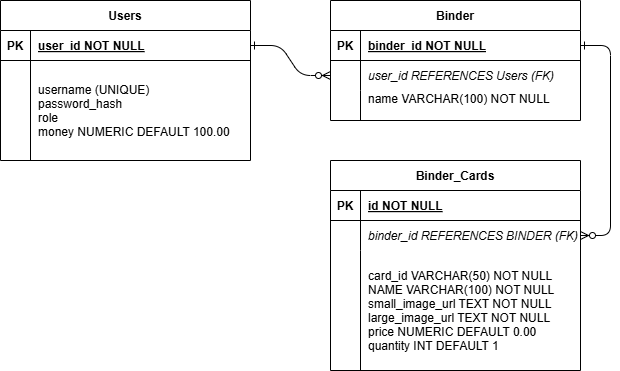
Earlier version of the draw.io export database/PokemonTcgWebAppErd.png (angelo-j/POKE-TCG-Binder-App). Source tidied: cells renumbered, new cells last; positions are measured from the earlier drawing's top-left corner, leaving out a move shared by most shapes. Its diagram source:
```xml
<mxGraphModel background="#FFFFFF">
  <root>
    <mxCell id="0" />
    <mxCell id="1" parent="0" />
    <mxCell id="2" style="edgeStyle=entityRelationEdgeStyle;endArrow=ERzeroToMany;startArrow=ERone;endFill=1;startFill=0;" parent="1" edge="1" source="25" target="8">
      <mxGeometry relative="1" as="geometry" />
    </mxCell>
    <mxCell id="3" style="edgeStyle=entityRelationEdgeStyle;endArrow=ERzeroToMany;startArrow=ERone;endFill=1;startFill=0;" parent="1" edge="1" source="5" target="18">
      <mxGeometry relative="1" as="geometry" />
    </mxCell>
    <mxCell id="4" value="Binder" style="shape=table;startSize=30;rowLines=0;fontStyle=1;align=center;" parent="1" vertex="1">
      <mxGeometry x="330" width="250" height="120" as="geometry" />
    </mxCell>
    <mxCell id="5" style="shape=partialRectangle;fillColor=none;points=[[0,0.5],[1,0.5]];portConstraint=eastwest;top=0;left=0;right=0;bottom=1;" parent="4" vertex="1">
      <mxGeometry y="30" width="250" height="30" as="geometry" />
    </mxCell>
    <mxCell id="6" value="PK" style="shape=partialRectangle;overflow=hidden;fillColor=none;top=0;left=0;bottom=0;right=0;fontStyle=1;" parent="5" vertex="1">
      <mxGeometry width="30" height="30" as="geometry" />
    </mxCell>
    <mxCell id="7" value="binder_id NOT NULL" style="shape=partialRectangle;overflow=hidden;fillColor=none;top=0;left=0;bottom=0;right=0;align=left;spacingLeft=6;fontStyle=5;" parent="5" vertex="1">
      <mxGeometry x="30" width="220" height="30" as="geometry" />
    </mxCell>
    <mxCell id="8" style="shape=partialRectangle;fillColor=none;points=[[0,0.5],[1,0.5]];portConstraint=eastwest;top=0;left=0;right=0;bottom=0;" parent="4" vertex="1">
      <mxGeometry y="60" width="250" height="30" as="geometry" />
    </mxCell>
    <mxCell id="9" style="shape=partialRectangle;overflow=hidden;fillColor=none;top=0;left=0;bottom=0;right=0;" parent="8" vertex="1">
      <mxGeometry width="30" height="30" as="geometry" />
    </mxCell>
    <mxCell id="10" value="user_id REFERENCES Users (FK)" style="shape=partialRectangle;overflow=hidden;fillColor=none;top=0;left=0;bottom=0;right=0;align=left;spacingLeft=6;fontStyle=2;" parent="8" vertex="1">
      <mxGeometry x="30" width="220" height="30" as="geometry" />
    </mxCell>
    <mxCell id="11" style="shape=partialRectangle;fillColor=none;top=0;left=0;right=0;bottom=0;" parent="4" vertex="1">
      <mxGeometry y="90" width="250" height="30" as="geometry" />
    </mxCell>
    <mxCell id="12" style="shape=partialRectangle;overflow=hidden;fillColor=none;top=0;left=0;bottom=0;right=0;" parent="11" vertex="1">
      <mxGeometry width="30" height="30" as="geometry" />
    </mxCell>
    <mxCell id="13" value="name VARCHAR(100) NOT NULL&#10;" style="shape=partialRectangle;overflow=hidden;fillColor=none;top=0;left=0;bottom=0;right=0;align=left;spacingLeft=6;" parent="11" vertex="1">
      <mxGeometry x="30" width="220" height="30" as="geometry" />
    </mxCell>
    <mxCell id="14" value="Binder_Cards" style="shape=table;startSize=30;rowLines=0;fontStyle=1;align=center;" parent="1" vertex="1">
      <mxGeometry x="330" y="160" width="250" height="210" as="geometry" />
    </mxCell>
    <mxCell id="15" style="shape=partialRectangle;fillColor=none;top=0;left=0;right=0;bottom=1;" parent="14" vertex="1">
      <mxGeometry y="30" width="250" height="30" as="geometry" />
    </mxCell>
    <mxCell id="16" value="PK" style="shape=partialRectangle;overflow=hidden;fillColor=none;top=0;left=0;bottom=0;right=0;fontStyle=1;" parent="15" vertex="1">
      <mxGeometry width="30" height="30" as="geometry" />
    </mxCell>
    <mxCell id="17" value="id NOT NULL" style="shape=partialRectangle;overflow=hidden;fillColor=none;top=0;left=0;bottom=0;right=0;align=left;spacingLeft=6;fontStyle=5;" parent="15" vertex="1">
      <mxGeometry x="30" width="220" height="30" as="geometry" />
    </mxCell>
    <mxCell id="18" style="shape=partialRectangle;fillColor=none;points=[[0,0.5],[1,0.5]];portConstraint=eastwest;top=0;left=0;right=0;bottom=0;" parent="14" vertex="1">
      <mxGeometry y="60" width="250" height="30" as="geometry" />
    </mxCell>
    <mxCell id="19" style="shape=partialRectangle;overflow=hidden;fillColor=none;top=0;left=0;bottom=0;right=0;" parent="18" vertex="1">
      <mxGeometry width="30" height="30" as="geometry" />
    </mxCell>
    <mxCell id="20" value="binder_id REFERENCES BINDER (FK)" style="shape=partialRectangle;overflow=hidden;fillColor=none;top=0;left=0;bottom=0;right=0;align=left;spacingLeft=6;fontStyle=2;" parent="18" vertex="1">
      <mxGeometry x="30" width="220" height="30" as="geometry" />
    </mxCell>
    <mxCell id="21" style="shape=partialRectangle;fillColor=none;top=0;left=0;right=0;bottom=0;" parent="14" vertex="1">
      <mxGeometry y="90" width="250" height="120" as="geometry" />
    </mxCell>
    <mxCell id="22" style="shape=partialRectangle;overflow=hidden;fillColor=none;top=0;left=0;bottom=0;right=0;" parent="21" vertex="1">
      <mxGeometry width="30" height="120" as="geometry" />
    </mxCell>
    <mxCell id="23" value="card_id VARCHAR(50) NOT NULL&#10;NAME VARCHAR(100) NOT NULL&#10;small_image_url TEXT NOT NULL&#10;large_image_url TEXT NOT NULL&#10;price NUMERIC DEFAULT 0.00&#10;quantity INT DEFAULT 1" style="shape=partialRectangle;overflow=hidden;fillColor=none;top=0;left=0;bottom=0;right=0;align=left;spacingLeft=6;" parent="21" vertex="1">
      <mxGeometry x="30" width="220" height="120" as="geometry" />
    </mxCell>
    <mxCell id="24" value="Users" style="shape=table;startSize=30;rowLines=0;fontStyle=1;align=center;" parent="1" vertex="1">
      <mxGeometry width="250" height="160" as="geometry" />
    </mxCell>
    <mxCell id="25" style="shape=partialRectangle;fillColor=none;points=[[0,0.5],[1,0.5]];portConstraint=eastwest;top=0;left=0;right=0;bottom=1;" parent="24" vertex="1">
      <mxGeometry y="30" width="250" height="30" as="geometry" />
    </mxCell>
    <mxCell id="26" value="PK" style="shape=partialRectangle;overflow=hidden;fillColor=none;top=0;left=0;bottom=0;right=0;fontStyle=1;" parent="25" vertex="1">
      <mxGeometry width="30" height="30" as="geometry" />
    </mxCell>
    <mxCell id="27" value="user_id NOT NULL" style="shape=partialRectangle;overflow=hidden;fillColor=none;top=0;left=0;bottom=0;right=0;align=left;spacingLeft=6;fontStyle=5;" parent="25" vertex="1">
      <mxGeometry x="30" width="220" height="30" as="geometry" />
    </mxCell>
    <mxCell id="28" style="shape=partialRectangle;fillColor=none;top=0;left=0;right=0;bottom=0;" parent="24" vertex="1">
      <mxGeometry y="60" width="250" height="100" as="geometry" />
    </mxCell>
    <mxCell id="29" style="shape=partialRectangle;overflow=hidden;fillColor=none;top=0;left=0;bottom=0;right=0;" parent="28" vertex="1">
      <mxGeometry width="30" height="100" as="geometry" />
    </mxCell>
    <mxCell id="30" value="username (UNIQUE)&#10;password_hash&#10;role&#10;money NUMERIC DEFAULT 100.00" style="shape=partialRectangle;overflow=hidden;fillColor=none;top=0;left=0;bottom=0;right=0;align=left;spacingLeft=6;" parent="28" vertex="1">
      <mxGeometry x="30" width="220" height="100" as="geometry" />
    </mxCell>
  </root>
</mxGraphModel>
```
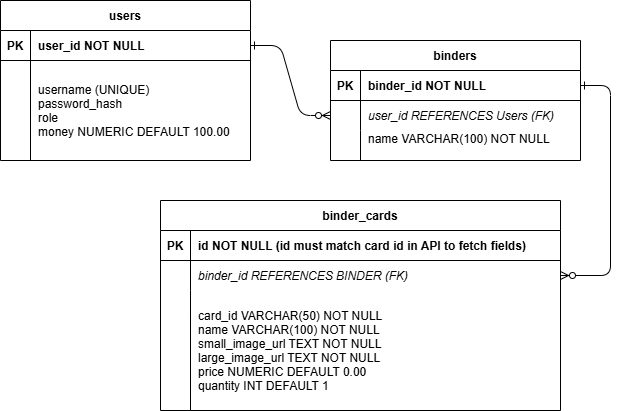
The same diagram one commit later.

Change to the diagram source:
```diff
@@ -8,7 +8,7 @@
     <mxCell id="3" style="edgeStyle=entityRelationEdgeStyle;endArrow=ERzeroToMany;startArrow=ERone;endFill=1;startFill=0;" parent="1" edge="1" source="5" target="18">
       <mxGeometry relative="1" as="geometry" />
     </mxCell>
-    <mxCell id="4" value="Binder" style="shape=table;startSize=30;rowLines=0;fontStyle=1;align=center;" parent="1" vertex="1">
+    <mxCell id="4" value="binders" style="shape=table;startSize=30;rowLines=0;fontStyle=1;align=center;" parent="1" vertex="1">
       <mxGeometry x="330" width="250" height="120" as="geometry" />
     </mxCell>
     <mxCell id="5" style="shape=partialRectangle;fillColor=none;points=[[0,0.5],[1,0.5]];portConstraint=eastwest;top=0;left=0;right=0;bottom=1;" parent="4" vertex="1">
@@ -17,7 +17,7 @@
     <mxCell id="6" value="PK" style="shape=partialRectangle;overflow=hidden;fillColor=none;top=0;left=0;bottom=0;right=0;fontStyle=1;" parent="5" vertex="1">
       <mxGeometry width="30" height="30" as="geometry" />
     </mxCell>
-    <mxCell id="7" value="binder_id NOT NULL" style="shape=partialRectangle;overflow=hidden;fillColor=none;top=0;left=0;bottom=0;right=0;align=left;spacingLeft=6;fontStyle=5;" parent="5" vertex="1">
+    <mxCell id="7" value="binder_id NOT NULL" style="shape=partialRectangle;overflow=hidden;fillColor=none;top=0;left=0;bottom=0;right=0;align=left;spacingLeft=6;fontStyle=1;" parent="5" vertex="1">
       <mxGeometry x="30" width="220" height="30" as="geometry" />
     </mxCell>
     <mxCell id="8" style="shape=partialRectangle;fillColor=none;points=[[0,0.5],[1,0.5]];portConstraint=eastwest;top=0;left=0;right=0;bottom=0;" parent="4" vertex="1">
@@ -38,38 +38,38 @@
     <mxCell id="13" value="name VARCHAR(100) NOT NULL&#10;" style="shape=partialRectangle;overflow=hidden;fillColor=none;top=0;left=0;bottom=0;right=0;align=left;spacingLeft=6;" parent="11" vertex="1">
       <mxGeometry x="30" width="220" height="30" as="geometry" />
     </mxCell>
-    <mxCell id="14" value="Binder_Cards" style="shape=table;startSize=30;rowLines=0;fontStyle=1;align=center;" parent="1" vertex="1">
-      <mxGeometry x="330" y="160" width="250" height="210" as="geometry" />
+    <mxCell id="14" value="binder_cards" style="shape=table;startSize=30;rowLines=0;fontStyle=1;align=center;" parent="1" vertex="1">
+      <mxGeometry x="160" y="160" width="400" height="210" as="geometry" />
     </mxCell>
     <mxCell id="15" style="shape=partialRectangle;fillColor=none;top=0;left=0;right=0;bottom=1;" parent="14" vertex="1">
-      <mxGeometry y="30" width="250" height="30" as="geometry" />
+      <mxGeometry y="30" width="400" height="30" as="geometry" />
     </mxCell>
     <mxCell id="16" value="PK" style="shape=partialRectangle;overflow=hidden;fillColor=none;top=0;left=0;bottom=0;right=0;fontStyle=1;" parent="15" vertex="1">
       <mxGeometry width="30" height="30" as="geometry" />
     </mxCell>
-    <mxCell id="17" value="id NOT NULL" style="shape=partialRectangle;overflow=hidden;fillColor=none;top=0;left=0;bottom=0;right=0;align=left;spacingLeft=6;fontStyle=5;" parent="15" vertex="1">
-      <mxGeometry x="30" width="220" height="30" as="geometry" />
+    <mxCell id="17" value="id NOT NULL (id must match card id in API to fetch fields)" style="shape=partialRectangle;overflow=hidden;fillColor=none;top=0;left=0;bottom=0;right=0;align=left;spacingLeft=6;fontStyle=1;" parent="15" vertex="1">
+      <mxGeometry x="30" width="370" height="30" as="geometry" />
     </mxCell>
     <mxCell id="18" style="shape=partialRectangle;fillColor=none;points=[[0,0.5],[1,0.5]];portConstraint=eastwest;top=0;left=0;right=0;bottom=0;" parent="14" vertex="1">
-      <mxGeometry y="60" width="250" height="30" as="geometry" />
+      <mxGeometry y="60" width="400" height="30" as="geometry" />
     </mxCell>
     <mxCell id="19" style="shape=partialRectangle;overflow=hidden;fillColor=none;top=0;left=0;bottom=0;right=0;" parent="18" vertex="1">
       <mxGeometry width="30" height="30" as="geometry" />
     </mxCell>
     <mxCell id="20" value="binder_id REFERENCES BINDER (FK)" style="shape=partialRectangle;overflow=hidden;fillColor=none;top=0;left=0;bottom=0;right=0;align=left;spacingLeft=6;fontStyle=2;" parent="18" vertex="1">
-      <mxGeometry x="30" width="220" height="30" as="geometry" />
+      <mxGeometry x="30" width="370" height="30" as="geometry" />
     </mxCell>
     <mxCell id="21" style="shape=partialRectangle;fillColor=none;top=0;left=0;right=0;bottom=0;" parent="14" vertex="1">
-      <mxGeometry y="90" width="250" height="120" as="geometry" />
+      <mxGeometry y="90" width="400" height="120" as="geometry" />
     </mxCell>
     <mxCell id="22" style="shape=partialRectangle;overflow=hidden;fillColor=none;top=0;left=0;bottom=0;right=0;" parent="21" vertex="1">
       <mxGeometry width="30" height="120" as="geometry" />
     </mxCell>
-    <mxCell id="23" value="card_id VARCHAR(50) NOT NULL&#10;NAME VARCHAR(100) NOT NULL&#10;small_image_url TEXT NOT NULL&#10;large_image_url TEXT NOT NULL&#10;price NUMERIC DEFAULT 0.00&#10;quantity INT DEFAULT 1" style="shape=partialRectangle;overflow=hidden;fillColor=none;top=0;left=0;bottom=0;right=0;align=left;spacingLeft=6;" parent="21" vertex="1">
-      <mxGeometry x="30" width="220" height="120" as="geometry" />
+    <mxCell id="23" value="card_id VARCHAR(50) NOT NULL&#10;name VARCHAR(100) NOT NULL&#10;small_image_url TEXT NOT NULL&#10;large_image_url TEXT NOT NULL&#10;price NUMERIC DEFAULT 0.00&#10;quantity INT DEFAULT 1" style="shape=partialRectangle;overflow=hidden;fillColor=none;top=0;left=0;bottom=0;right=0;align=left;spacingLeft=6;" parent="21" vertex="1">
+      <mxGeometry x="30" width="370" height="120" as="geometry" />
     </mxCell>
-    <mxCell id="24" value="Users" style="shape=table;startSize=30;rowLines=0;fontStyle=1;align=center;" parent="1" vertex="1">
-      <mxGeometry width="250" height="160" as="geometry" />
+    <mxCell id="24" value="users" style="shape=table;startSize=30;rowLines=0;fontStyle=1;align=center;" parent="1" vertex="1">
+      <mxGeometry y="-40" width="250" height="160" as="geometry" />
     </mxCell>
     <mxCell id="25" style="shape=partialRectangle;fillColor=none;points=[[0,0.5],[1,0.5]];portConstraint=eastwest;top=0;left=0;right=0;bottom=1;" parent="24" vertex="1">
       <mxGeometry y="30" width="250" height="30" as="geometry" />
@@ -77,7 +77,7 @@
     <mxCell id="26" value="PK" style="shape=partialRectangle;overflow=hidden;fillColor=none;top=0;left=0;bottom=0;right=0;fontStyle=1;" parent="25" vertex="1">
       <mxGeometry width="30" height="30" as="geometry" />
     </mxCell>
-    <mxCell id="27" value="user_id NOT NULL" style="shape=partialRectangle;overflow=hidden;fillColor=none;top=0;left=0;bottom=0;right=0;align=left;spacingLeft=6;fontStyle=5;" parent="25" vertex="1">
+    <mxCell id="27" value="user_id NOT NULL" style="shape=partialRectangle;overflow=hidden;fillColor=none;top=0;left=0;bottom=0;right=0;align=left;spacingLeft=6;fontStyle=1;" parent="25" vertex="1">
       <mxGeometry x="30" width="220" height="30" as="geometry" />
     </mxCell>
     <mxCell id="28" style="shape=partialRectangle;fillColor=none;top=0;left=0;right=0;bottom=0;" parent="24" vertex="1">
```
